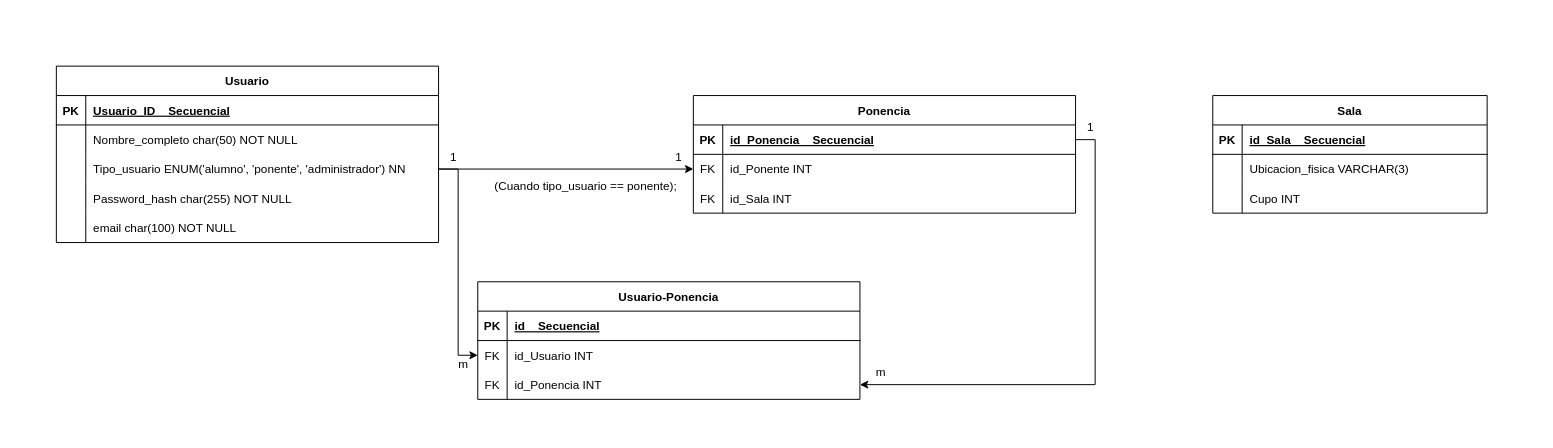
Above: DATABASE_DIAGRAM.drawio in AlvirElWapo/NovenoSemestre (draw.io), before the change. Source tidied: cells renumbered, new cells numbered last; positions are measured from the earlier drawing's top-left corner, leaving out a move shared by most shapes. Both pictures are drawn from the tidied source at 98%, with x=0, y=0 at pixel (56, 66).
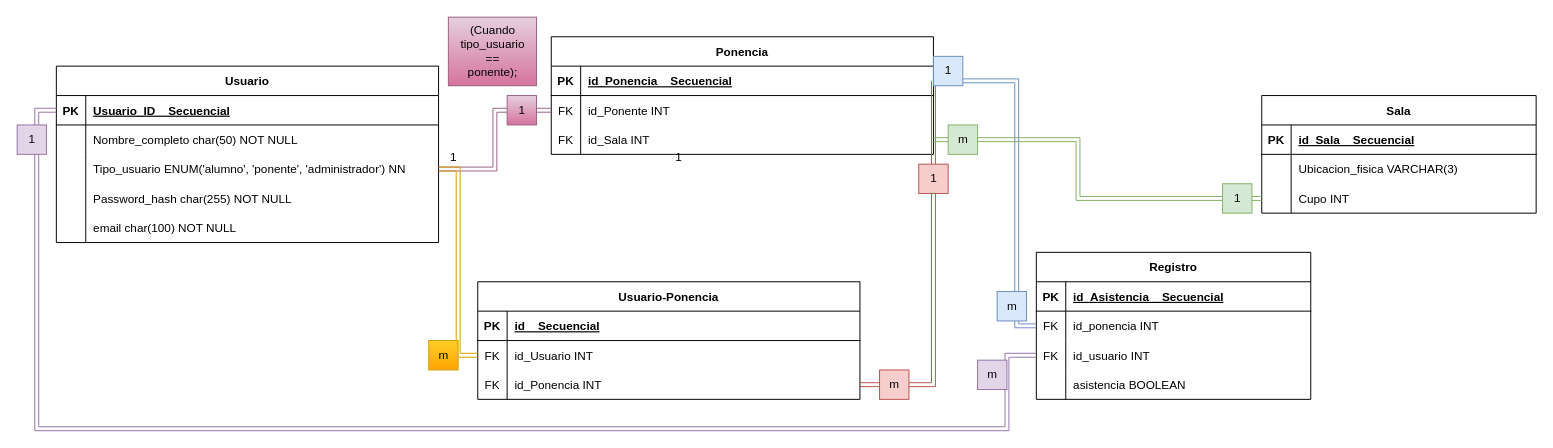
The same page after the edit.

The change refers to these unchanged cells:
```xml
<mxCell id="3" style="shape=partialRectangle;fillColor=none;points=[[0,0.5],[1,0.5]];portConstraint=eastwest;top=0;left=0;right=0;bottom=1;" parent="2" vertex="1">
  <mxGeometry y="30" width="390" height="30" as="geometry" />
</mxCell>
<mxCell id="9" style="shape=partialRectangle;fillColor=none;points=[[0,0.5],[1,0.5]];portConstraint=eastwest;top=0;left=0;right=0;bottom=0;" parent="2" vertex="1">
  <mxGeometry y="90" width="390" height="30" as="geometry" />
</mxCell>
<mxCell id="25" style="shape=partialRectangle;fillColor=none;points=[[0,0.5],[1,0.5]];portConstraint=eastwest;top=0;left=0;right=0;bottom=0;" parent="18" vertex="1">
  <mxGeometry y="90" width="280" height="30" as="geometry" />
</mxCell>
<mxCell id="29" style="shape=partialRectangle;fillColor=none;points=[[0,0.5],[1,0.5]];portConstraint=eastwest;top=0;left=0;right=0;bottom=1;" parent="28" vertex="1">
  <mxGeometry y="30" width="390" height="30" as="geometry" />
</mxCell>
<mxCell id="32" style="shape=partialRectangle;fillColor=none;points=[[0,0.5],[1,0.5]];portConstraint=eastwest;top=0;left=0;right=0;bottom=0;" parent="28" vertex="1">
  <mxGeometry y="60" width="390" height="30" as="geometry" />
</mxCell>
<mxCell id="35" style="shape=partialRectangle;fillColor=none;points=[[0,0.5],[1,0.5]];portConstraint=eastwest;top=0;left=0;right=0;bottom=0;" parent="28" vertex="1">
  <mxGeometry y="90" width="390" height="30" as="geometry" />
</mxCell>
<mxCell id="46" style="shape=partialRectangle;fillColor=none;points=[[0,0.5],[1,0.5]];portConstraint=eastwest;top=0;left=0;right=0;bottom=0;" parent="42" vertex="1">
  <mxGeometry y="60" width="390" height="30" as="geometry" />
</mxCell>
<mxCell id="49" style="shape=partialRectangle;fillColor=none;points=[[0,0.5],[1,0.5]];portConstraint=eastwest;top=0;left=0;right=0;bottom=0;" parent="42" vertex="1">
  <mxGeometry y="90" width="390" height="30" as="geometry" />
</mxCell>
```

Diff of the diagram source:
```diff
@@
     <mxCell id="18" value="Sala" style="shape=table;startSize=30;childLayout=tableLayout;rowLines=0;fontStyle=1;align=center;" parent="1" vertex="1">
-      <mxGeometry x="1180" y="30" width="280" height="120" as="geometry" />
+      <mxGeometry x="1230" y="30" width="280" height="120" as="geometry" />
     </mxCell>
@@
     <mxCell id="28" value="Ponencia" style="shape=table;startSize=30;childLayout=tableLayout;rowLines=0;fontStyle=1;align=center;" parent="1" vertex="1">
-      <mxGeometry x="650" y="30" width="390" height="120" as="geometry" />
+      <mxGeometry x="505" y="-30" width="390" height="120" as="geometry" />
     </mxCell>
@@
-    <mxCell id="38" value="(Cuando tipo_usuario == ponente);" style="text;html=1;align=center;verticalAlign=middle;strokeColor=none;fillColor=none;" parent="1" vertex="1">
-      <mxGeometry x="430" y="108" width="220" height="30" as="geometry" />
+    <mxCell id="38" value="(Cuando &lt;br&gt;tipo_usuario &lt;br&gt;== &lt;br&gt;ponente);" style="text;html=1;align=center;verticalAlign=middle;strokeColor=#996185;fillColor=#e6d0de;gradientColor=#d5739d;" parent="1" vertex="1">
+      <mxGeometry x="400" y="-50" width="90" height="70" as="geometry" />
     </mxCell>
-    <mxCell id="39" style="edgeStyle=orthogonalEdgeStyle;rounded=0;jettySize=auto;html=1;exitX=1;exitY=0.5;exitDx=0;exitDy=0;entryX=0;entryY=0.5;entryDx=0;entryDy=0;" parent="1" edge="1" source="9" target="32">
+    <mxCell id="39" style="edgeStyle=orthogonalEdgeStyle;rounded=0;jettySize=auto;html=1;exitX=1;exitY=0.5;exitDx=0;exitDy=0;entryX=0;entryY=0.5;entryDx=0;entryDy=0;shape=link;fillColor=#e6d0de;gradientColor=#d5739d;strokeColor=#996185;" parent="1" edge="1" source="9" target="32">
       <mxGeometry relative="1" as="geometry" />
     </mxCell>
@@
-    <mxCell id="52" style="edgeStyle=orthogonalEdgeStyle;rounded=0;jettySize=auto;html=1;exitX=1;exitY=0.5;exitDx=0;exitDy=0;entryX=0;entryY=0.5;entryDx=0;entryDy=0;" parent="1" edge="1" source="9" target="46">
+    <mxCell id="52" style="edgeStyle=orthogonalEdgeStyle;rounded=0;jettySize=auto;html=1;exitX=1;exitY=0.5;exitDx=0;exitDy=0;entryX=0;entryY=0.5;entryDx=0;entryDy=0;shape=link;fillColor=#ffcd28;strokeColor=#d79b00;gradientColor=#ffa500;" parent="1" edge="1" source="9" target="46">
       <mxGeometry relative="1" as="geometry">
         <Array as="points">
           <mxPoint x="410" y="105" />
           <mxPoint x="410" y="295" />
         </Array>
       </mxGeometry>
     </mxCell>
-    <mxCell id="53" style="edgeStyle=orthogonalEdgeStyle;rounded=0;jettySize=auto;html=1;exitX=1;exitY=0.5;exitDx=0;exitDy=0;entryX=1;entryY=0.5;entryDx=0;entryDy=0;" parent="1" edge="1" source="29" target="49">
-      <mxGeometry relative="1" as="geometry" />
+    <mxCell id="53" style="edgeStyle=orthogonalEdgeStyle;rounded=0;jettySize=auto;html=1;exitX=1;exitY=0.5;exitDx=0;exitDy=0;entryX=1;entryY=0.5;entryDx=0;entryDy=0;shape=link;fillColor=#f8cecc;strokeColor=#b85450;" parent="1" edge="1" source="29" target="49">
+      <mxGeometry relative="1" as="geometry">
+        <Array as="points">
+          <mxPoint x="895" y="325" />
+        </Array>
+      </mxGeometry>
     </mxCell>
-    <mxCell id="54" value="m" style="text;html=1;align=center;verticalAlign=middle;strokeColor=none;fillColor=none;" parent="1" vertex="1">
-      <mxGeometry x="400" y="290" width="30" height="30" as="geometry" />
+    <mxCell id="54" value="m" style="text;html=1;align=center;verticalAlign=middle;strokeColor=#d79b00;fillColor=#ffcd28;gradientColor=#ffa500;" parent="1" vertex="1">
+      <mxGeometry x="380" y="280" width="30" height="30" as="geometry" />
     </mxCell>
-    <mxCell id="55" value="m" style="text;html=1;align=center;verticalAlign=middle;strokeColor=none;fillColor=none;" parent="1" vertex="1">
-      <mxGeometry x="826" y="298" width="30" height="30" as="geometry" />
+    <mxCell id="55" value="m" style="text;html=1;align=center;verticalAlign=middle;strokeColor=#b85450;fillColor=#f8cecc;" parent="1" vertex="1">
+      <mxGeometry x="840" y="310" width="30" height="30" as="geometry" />
     </mxCell>
-    <mxCell id="56" value="1" style="text;html=1;align=center;verticalAlign=middle;strokeColor=none;fillColor=none;" parent="1" vertex="1">
-      <mxGeometry x="1040" y="48" width="30" height="30" as="geometry" />
+    <mxCell id="56" value="1" style="text;html=1;align=center;verticalAlign=middle;strokeColor=#b85450;fillColor=#f8cecc;" parent="1" vertex="1">
+      <mxGeometry x="880" y="100" width="30" height="30" as="geometry" />
     </mxCell>
+    <mxCell id="57" style="edgeStyle=orthogonalEdgeStyle;rounded=0;jettySize=auto;html=1;exitX=0;exitY=0.5;exitDx=0;exitDy=0;entryX=1;entryY=0.5;entryDx=0;entryDy=0;shape=link;fillColor=#d5e8d4;strokeColor=#82b366;" parent="1" edge="1" source="77" target="35">
+      <mxGeometry relative="1" as="geometry" />
+    </mxCell>
+    <mxCell id="58" value="m" style="text;html=1;align=center;verticalAlign=middle;strokeColor=#82b366;fillColor=#d5e8d4;" parent="1" vertex="1">
+      <mxGeometry x="910" y="60" width="30" height="30" as="geometry" />
+    </mxCell>
+    <mxCell id="59" value="Registro" style="shape=table;startSize=30;childLayout=tableLayout;rowLines=0;fontStyle=1;align=center;" parent="1" vertex="1">
+      <mxGeometry x="1000" y="190" width="280" height="150" as="geometry" />
+    </mxCell>
+    <mxCell id="60" style="shape=partialRectangle;fillColor=none;top=0;left=0;right=0;bottom=1;" parent="59" vertex="1">
+      <mxGeometry y="30" width="280" height="30" as="geometry" />
+    </mxCell>
+    <mxCell id="61" value="PK" style="shape=partialRectangle;overflow=hidden;fillColor=none;top=0;left=0;bottom=0;right=0;fontStyle=1;" parent="60" vertex="1">
+      <mxGeometry width="30" height="30" as="geometry" />
+    </mxCell>
+    <mxCell id="62" value="id_Asistencia    Secuencial" style="shape=partialRectangle;overflow=hidden;fillColor=none;top=0;left=0;bottom=0;right=0;align=left;spacingLeft=6;fontStyle=5;" parent="60" vertex="1">
+      <mxGeometry x="30" width="250" height="30" as="geometry" />
+    </mxCell>
+    <mxCell id="63" style="shape=partialRectangle;fillColor=none;points=[[0,0.5],[1,0.5]];portConstraint=eastwest;top=0;left=0;right=0;bottom=0;" parent="59" vertex="1">
+      <mxGeometry y="60" width="280" height="30" as="geometry" />
+    </mxCell>
+    <mxCell id="64" value="FK" style="shape=partialRectangle;overflow=hidden;fillColor=none;top=0;left=0;bottom=0;right=0;" parent="63" vertex="1">
+      <mxGeometry width="30" height="30" as="geometry" />
+    </mxCell>
+    <mxCell id="65" value="id_ponencia INT" style="shape=partialRectangle;overflow=hidden;fillColor=none;top=0;left=0;bottom=0;right=0;align=left;spacingLeft=6;" parent="63" vertex="1">
+      <mxGeometry x="30" width="250" height="30" as="geometry" />
+    </mxCell>
+    <mxCell id="66" style="shape=partialRectangle;fillColor=none;points=[[0,0.5],[1,0.5]];portConstraint=eastwest;top=0;left=0;right=0;bottom=0;" parent="59" vertex="1">
+      <mxGeometry y="90" width="280" height="30" as="geometry" />
+    </mxCell>
+    <mxCell id="67" value="FK" style="shape=partialRectangle;overflow=hidden;fillColor=none;top=0;left=0;bottom=0;right=0;" parent="66" vertex="1">
+      <mxGeometry width="30" height="30" as="geometry" />
+    </mxCell>
+    <mxCell id="68" value="id_usuario INT" style="shape=partialRectangle;overflow=hidden;fillColor=none;top=0;left=0;bottom=0;right=0;align=left;spacingLeft=6;" parent="66" vertex="1">
+      <mxGeometry x="30" width="250" height="30" as="geometry" />
+    </mxCell>
+    <mxCell id="69" style="shape=partialRectangle;fillColor=none;top=0;left=0;right=0;bottom=0;" parent="59" vertex="1">
+      <mxGeometry y="120" width="280" height="30" as="geometry" />
+    </mxCell>
+    <mxCell id="70" style="shape=partialRectangle;overflow=hidden;fillColor=none;top=0;left=0;bottom=0;right=0;" parent="69" vertex="1">
+      <mxGeometry width="30" height="30" as="geometry" />
+    </mxCell>
+    <mxCell id="71" value="asistencia BOOLEAN" style="shape=partialRectangle;overflow=hidden;fillColor=none;top=0;left=0;bottom=0;right=0;align=left;spacingLeft=6;" parent="69" vertex="1">
+      <mxGeometry x="30" width="250" height="30" as="geometry" />
+    </mxCell>
+    <mxCell id="72" style="edgeStyle=orthogonalEdgeStyle;rounded=0;jettySize=auto;html=1;exitX=0;exitY=0.5;exitDx=0;exitDy=0;shape=link;entryX=0;entryY=0.5;entryDx=0;entryDy=0;fillColor=#e1d5e7;strokeColor=#9673a6;" parent="1" edge="1" source="3" target="66">
+      <mxGeometry relative="1" as="geometry">
+        <Array as="points">
+          <mxPoint x="-20" y="45" />
+          <mxPoint x="-20" y="370" />
+          <mxPoint x="970" y="370" />
+          <mxPoint x="970" y="295" />
+        </Array>
+      </mxGeometry>
+    </mxCell>
+    <mxCell id="73" style="edgeStyle=orthogonalEdgeStyle;rounded=0;jettySize=auto;html=1;exitX=1;exitY=0.5;exitDx=0;exitDy=0;entryX=0;entryY=0.5;entryDx=0;entryDy=0;shape=link;fillColor=#dae8fc;strokeColor=#6c8ebf;" parent="1" edge="1" source="29" target="63">
+      <mxGeometry relative="1" as="geometry">
+        <Array as="points">
+          <mxPoint x="980" y="15" />
+          <mxPoint x="980" y="265" />
+        </Array>
+      </mxGeometry>
+    </mxCell>
+    <mxCell id="74" value="1" style="text;html=1;align=center;verticalAlign=middle;strokeColor=#6c8ebf;fillColor=#dae8fc;" parent="1" vertex="1">
+      <mxGeometry x="895" y="-10" width="30" height="30" as="geometry" />
+    </mxCell>
+    <mxCell id="75" value="m" style="text;html=1;align=center;verticalAlign=middle;strokeColor=#6c8ebf;fillColor=#dae8fc;" parent="1" vertex="1">
+      <mxGeometry x="960" y="230" width="30" height="30" as="geometry" />
+    </mxCell>
+    <mxCell id="76" style="edgeStyle=orthogonalEdgeStyle;rounded=0;jettySize=auto;html=1;exitX=0;exitY=0.5;exitDx=0;exitDy=0;entryX=1;entryY=0.5;entryDx=0;entryDy=0;shape=link;fillColor=#d5e8d4;strokeColor=#82b366;" parent="1" edge="1" source="25" target="77">
+      <mxGeometry relative="1" as="geometry" />
+    </mxCell>
+    <mxCell id="77" value="1" style="text;html=1;align=center;verticalAlign=middle;points=[];strokeColor=#82b366;fillColor=#d5e8d4;" parent="1" vertex="1">
+      <mxGeometry x="1190" y="120" width="30" height="30" as="geometry" />
+    </mxCell>
+    <mxCell id="78" value="1" style="text;html=1;align=center;verticalAlign=middle;strokeColor=#9673a6;fillColor=#e1d5e7;" parent="1" vertex="1">
+      <mxGeometry x="-40" y="60" width="30" height="30" as="geometry" />
+    </mxCell>
+    <mxCell id="79" value="m" style="text;html=1;align=center;verticalAlign=middle;strokeColor=#9673a6;fillColor=#e1d5e7;" parent="1" vertex="1">
+      <mxGeometry x="940" y="300" width="30" height="30" as="geometry" />
+    </mxCell>
+    <mxCell id="80" value="1" style="text;html=1;align=center;verticalAlign=middle;strokeColor=#996185;fillColor=#e6d0de;gradientColor=#d5739d;" parent="1" vertex="1">
+      <mxGeometry x="460" y="30" width="30" height="30" as="geometry" />
+    </mxCell>
```
